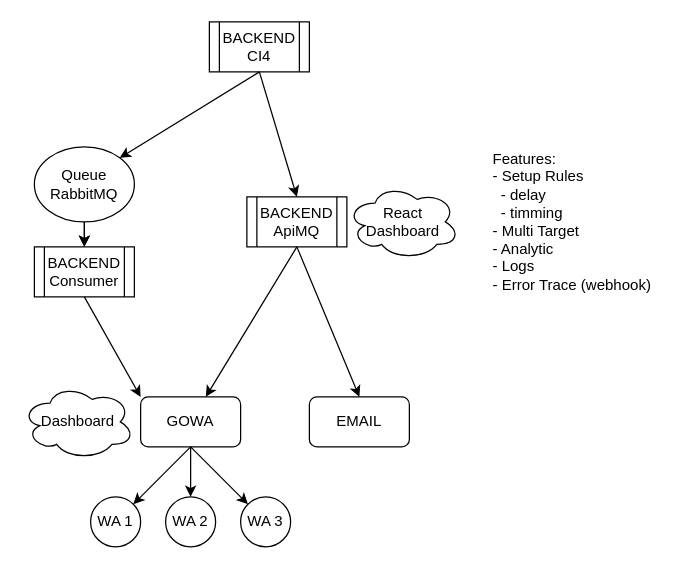
This is concept.drawio from jefripunza/apimq, a draw.io file, before an edit. Source tidied: cells renumbered, new cells numbered last; positions are measured from the earlier drawing's top-left corner, leaving out a move shared by most shapes. Both pictures are drawn from the tidied source at 125%, with x=0, y=0 at pixel (21, 21).
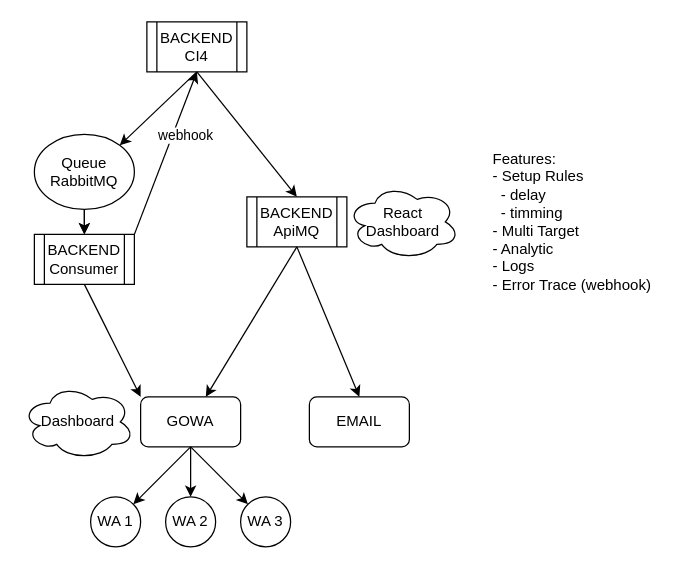
The same page after the edit.

Commit message (it also covers changes not shown here):
add Queue management UI with setup form, status monitoring, and webhook flow to concept diagram

The edit, as a diff of the source:
```diff
@@
     <mxCell id="9" value="BACKEND&lt;div&gt;CI4&lt;/div&gt;" style="shape=process;whiteSpace=wrap;html=1;backgroundOutline=1;" parent="1" vertex="1">
-      <mxGeometry x="150" width="80" height="40" as="geometry" />
+      <mxGeometry x="100" width="80" height="40" as="geometry" />
     </mxCell>
@@
     <mxCell id="12" value="Queue&lt;div&gt;RabbitMQ&lt;/div&gt;" style="ellipse;whiteSpace=wrap;html=1;" parent="1" vertex="1">
-      <mxGeometry x="10" y="100" width="80" height="60" as="geometry" />
+      <mxGeometry x="10" y="90" width="80" height="60" as="geometry" />
     </mxCell>
@@
+    <mxCell id="24" style="edgeStyle=none;html=1;entryX=0.5;entryY=1;entryDx=0;entryDy=0;exitX=1;exitY=0;exitDx=0;exitDy=0;" parent="1" edge="1" source="14" target="9">
+      <mxGeometry relative="1" as="geometry" />
+    </mxCell>
+    <mxCell id="25" value="webhook" style="edgeLabel;html=1;align=center;verticalAlign=middle;" parent="24" vertex="1">
+      <mxGeometry x="-0.07" y="-2" relative="1" as="geometry">
+        <mxPoint x="15" y="-20" as="offset" />
+      </mxGeometry>
+    </mxCell>
     <mxCell id="14" value="BACKEND&lt;div&gt;Consumer&lt;/div&gt;" style="shape=process;whiteSpace=wrap;html=1;backgroundOutline=1;" parent="1" vertex="1">
-      <mxGeometry x="10" y="180" width="80" height="40" as="geometry" />
+      <mxGeometry x="10" y="170" width="80" height="40" as="geometry" />
     </mxCell>
```
